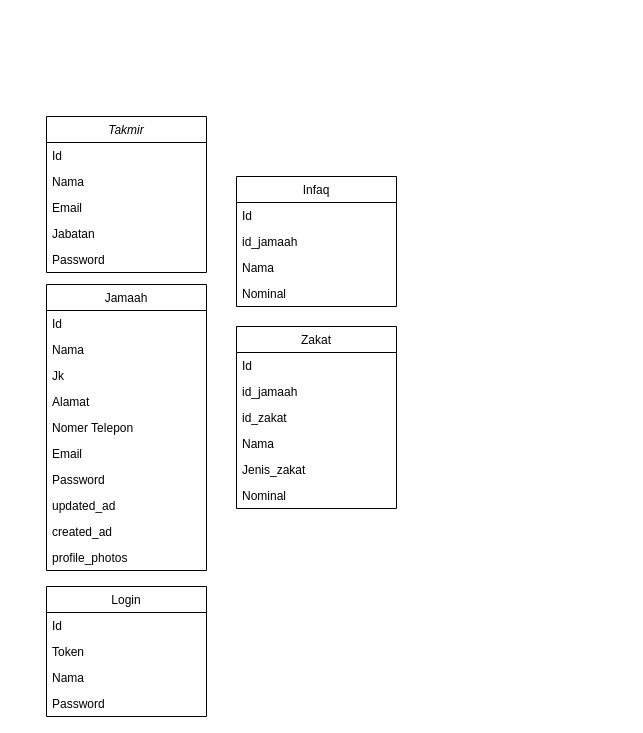
Before: diagramMasjid.drawio in yudhawahyup27/Data, a draw.io diagram. Source tidied: cells renumbered, new cells numbered last; positions are measured from the earlier drawing's top-left corner, leaving out a move shared by most shapes. Both pictures are drawn from the tidied source at 100%, with x=0, y=0 at pixel (46, 116).
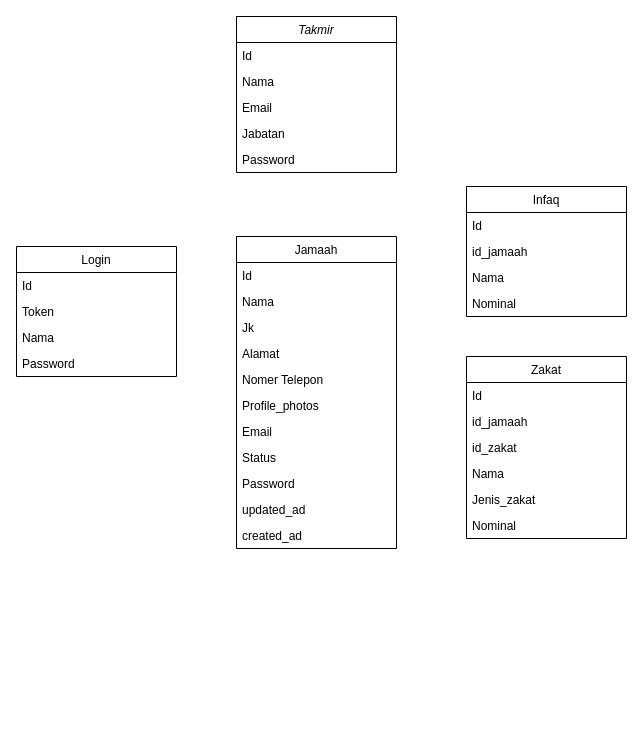
Above is the later version.

Diff of the diagram source:
```diff
@@
     <mxCell id="2" value="Takmir" style="swimlane;fontStyle=2;align=center;verticalAlign=top;horizontal=1;startSize=26;rounded=0;shadow=0;strokeWidth=1;" parent="1" vertex="1">
-      <mxGeometry width="160" height="156" as="geometry" />
+      <mxGeometry x="190" y="-100" width="160" height="156" as="geometry" />
     </mxCell>
@@
     <mxCell id="8" value="Jamaah" style="swimlane;fontStyle=0;align=center;verticalAlign=top;horizontal=1;startSize=26;rounded=0;shadow=0;strokeWidth=1;" parent="1" vertex="1">
-      <mxGeometry y="168" width="160" height="286" as="geometry" />
+      <mxGeometry x="190" y="120" width="160" height="312" as="geometry" />
     </mxCell>
@@
+    <mxCell id="18" value="Profile_photos" style="text;align=left;verticalAlign=top;spacingLeft=4;spacingRight=4;overflow=hidden;" parent="8" vertex="1">
+      <mxGeometry y="156" width="160" height="26" as="geometry" />
+    </mxCell>
     <mxCell id="14" value="Email" style="text;align=left;verticalAlign=top;spacingLeft=4;spacingRight=4;overflow=hidden;" parent="8" vertex="1">
-      <mxGeometry y="156" width="160" height="26" as="geometry" />
+      <mxGeometry y="182" width="160" height="26" as="geometry" />
     </mxCell>
+    <mxCell id="36" value="Status" style="text;align=left;verticalAlign=top;spacingLeft=4;spacingRight=4;overflow=hidden;" parent="8" vertex="1">
+      <mxGeometry y="208" width="160" height="26" as="geometry" />
+    </mxCell>
     <mxCell id="15" value="Password" style="text;align=left;verticalAlign=top;spacingLeft=4;spacingRight=4;overflow=hidden;" parent="8" vertex="1">
-      <mxGeometry y="182" width="160" height="26" as="geometry" />
+      <mxGeometry y="234" width="160" height="26" as="geometry" />
     </mxCell>
     <mxCell id="16" value="updated_ad" style="text;align=left;verticalAlign=top;spacingLeft=4;spacingRight=4;overflow=hidden;" parent="8" vertex="1">
-      <mxGeometry y="208" width="160" height="26" as="geometry" />
+      <mxGeometry y="260" width="160" height="26" as="geometry" />
     </mxCell>
     <mxCell id="17" value="created_ad" style="text;align=left;verticalAlign=top;spacingLeft=4;spacingRight=4;overflow=hidden;" parent="8" vertex="1">
-      <mxGeometry y="234" width="160" height="26" as="geometry" />
+      <mxGeometry y="286" width="160" height="26" as="geometry" />
     </mxCell>
-    <mxCell id="18" value="profile_photos" style="text;align=left;verticalAlign=top;spacingLeft=4;spacingRight=4;overflow=hidden;" parent="8" vertex="1">
-      <mxGeometry y="260" width="160" height="26" as="geometry" />
-    </mxCell>
     <mxCell id="19" value="Infaq" style="swimlane;fontStyle=0;align=center;verticalAlign=top;horizontal=1;startSize=26;rounded=0;shadow=0;strokeWidth=1;" parent="1" vertex="1">
-      <mxGeometry x="190" y="60" width="160" height="130" as="geometry" />
+      <mxGeometry x="420" y="70" width="160" height="130" as="geometry" />
     </mxCell>
@@
     <mxCell id="24" value="Zakat" style="swimlane;fontStyle=0;align=center;verticalAlign=top;horizontal=1;startSize=26;rounded=0;shadow=0;strokeWidth=1;" parent="1" vertex="1">
-      <mxGeometry x="190" y="210" width="160" height="182" as="geometry" />
+      <mxGeometry x="420" y="240" width="160" height="182" as="geometry" />
     </mxCell>
@@
     <mxCell id="31" value="Login" style="swimlane;fontStyle=0;align=center;verticalAlign=top;horizontal=1;startSize=26;rounded=0;shadow=0;strokeWidth=1;" parent="1" vertex="1">
-      <mxGeometry y="470" width="160" height="130" as="geometry" />
+      <mxGeometry x="-30" y="130" width="160" height="130" as="geometry" />
     </mxCell>
```
